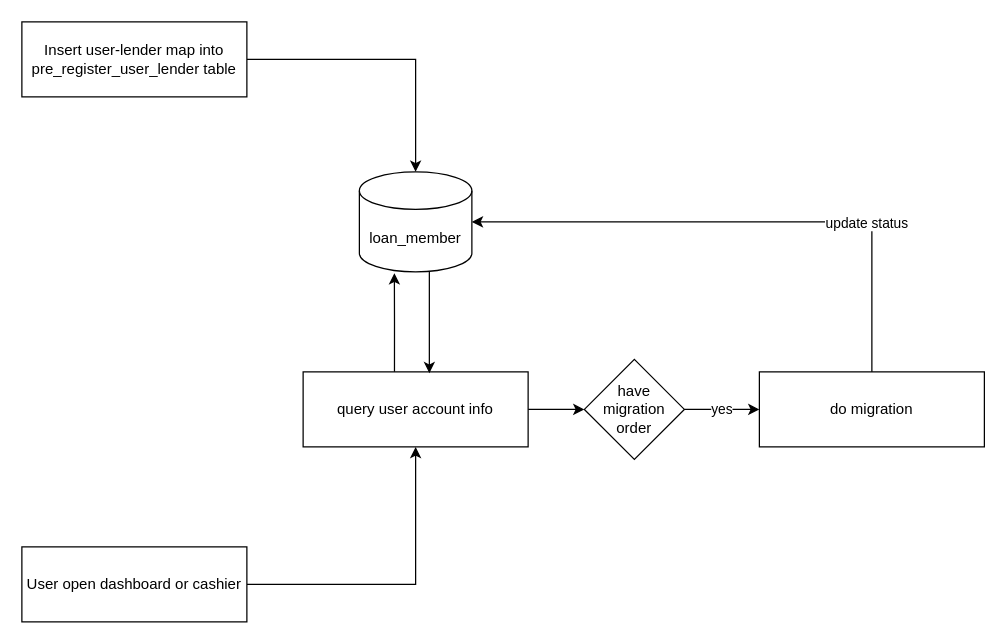
bonggalshn/dna_diagram keeps this draw.io diagram as multi_lender_migration_sop.drawio. Above is the earlier version. Source tidied: cells renumbered, new cells numbered last; positions are measured from the earlier drawing's top-left corner, leaving out a move shared by most shapes. Both pictures are drawn from the tidied source at 125%, with x=0, y=0 at pixel (21, 21).
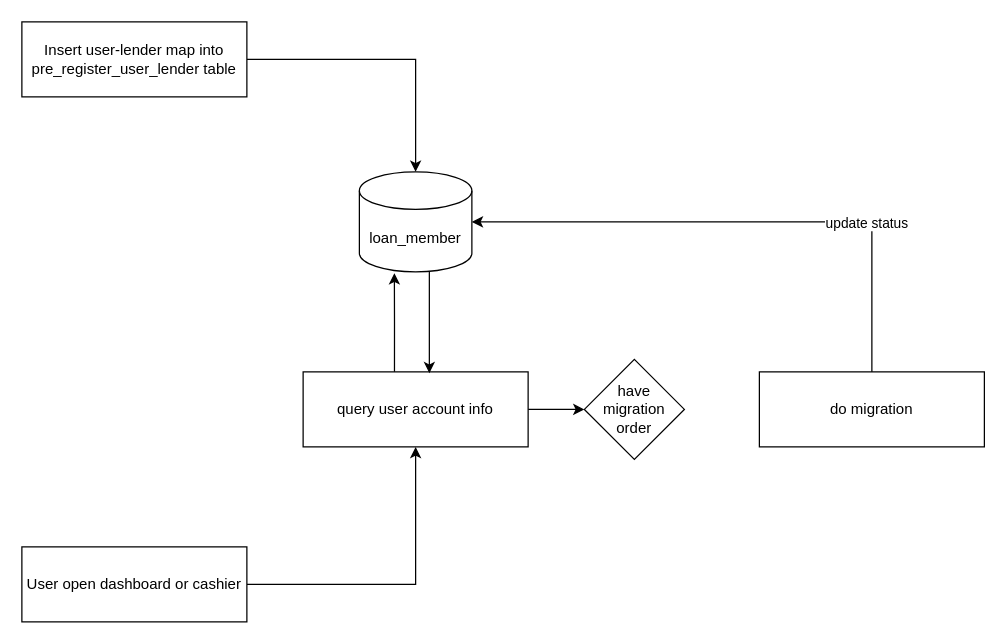
Above is the later version.

Change to the diagram source:
```diff
@@
 <mxGraphModel>
   <root>
     <mxCell id="0" />
     <mxCell id="1" parent="0" />
     <mxCell id="2" style="edgeStyle=orthogonalEdgeStyle;rounded=0;jettySize=auto;html=1;" parent="1" edge="1" source="3" target="10">
       <mxGeometry relative="1" as="geometry" />
     </mxCell>
     <mxCell id="3" value="Insert user-lender map into pre_register_user_lender table" style="rounded=0;whiteSpace=wrap;html=1;" parent="1" vertex="1">
       <mxGeometry width="180" height="60" as="geometry" />
     </mxCell>
     <mxCell id="4" style="edgeStyle=orthogonalEdgeStyle;rounded=0;jettySize=auto;html=1;" parent="1" edge="1" source="5" target="8">
       <mxGeometry relative="1" as="geometry" />
     </mxCell>
     <mxCell id="5" value="User open dashboard or cashier" style="rounded=0;whiteSpace=wrap;html=1;" parent="1" vertex="1">
       <mxGeometry y="420" width="180" height="60" as="geometry" />
     </mxCell>
     <mxCell id="6" style="edgeStyle=orthogonalEdgeStyle;rounded=0;jettySize=auto;html=1;entryX=0.311;entryY=1.013;entryDx=0;entryDy=0;entryPerimeter=0;exitX=0.406;exitY=0;exitDx=0;exitDy=0;exitPerimeter=0;" parent="1" edge="1" source="8" target="10">
       <mxGeometry relative="1" as="geometry" />
     </mxCell>
     <mxCell id="7" style="edgeStyle=orthogonalEdgeStyle;rounded=0;jettySize=auto;html=1;" parent="1" edge="1" source="8" target="15">
       <mxGeometry relative="1" as="geometry" />
     </mxCell>
     <mxCell id="8" value="query user account info" style="rounded=0;whiteSpace=wrap;html=1;" parent="1" vertex="1">
       <mxGeometry x="225" y="280" width="180" height="60" as="geometry" />
     </mxCell>
     <mxCell id="9" style="edgeStyle=orthogonalEdgeStyle;rounded=0;jettySize=auto;html=1;exitX=0.622;exitY=0.988;exitDx=0;exitDy=0;exitPerimeter=0;entryX=0.561;entryY=0.017;entryDx=0;entryDy=0;entryPerimeter=0;" parent="1" edge="1" source="10" target="8">
       <mxGeometry relative="1" as="geometry" />
     </mxCell>
     <mxCell id="10" value="loan_member" style="shape=cylinder3;whiteSpace=wrap;html=1;boundedLbl=1;backgroundOutline=1;size=15;" parent="1" vertex="1">
       <mxGeometry x="270" y="120" width="90" height="80" as="geometry" />
     </mxCell>
     <mxCell id="11" style="edgeStyle=orthogonalEdgeStyle;rounded=0;jettySize=auto;html=1;entryX=1;entryY=0.5;entryDx=0;entryDy=0;entryPerimeter=0;exitX=0.5;exitY=0;exitDx=0;exitDy=0;" parent="1" edge="1" source="13" target="10">
       <mxGeometry relative="1" as="geometry">
         <Array as="points">
           <mxPoint x="680" y="160" />
         </Array>
       </mxGeometry>
     </mxCell>
     <mxCell id="12" value="update status" style="edgeLabel;html=1;align=center;verticalAlign=middle;" parent="11" vertex="1">
       <mxGeometry x="-0.43" relative="1" as="geometry" />
     </mxCell>
     <mxCell id="13" value="do migration" style="rounded=0;whiteSpace=wrap;html=1;" parent="1" vertex="1">
       <mxGeometry x="590" y="280" width="180" height="60" as="geometry" />
     </mxCell>
-    <mxCell id="14" value="yes" style="edgeStyle=orthogonalEdgeStyle;rounded=0;jettySize=auto;html=1;entryX=0;entryY=0.5;entryDx=0;entryDy=0;" parent="1" edge="1" source="15" target="13">
-      <mxGeometry relative="1" as="geometry" />
-    </mxCell>
     <mxCell id="15" value="have migration order" style="rhombus;whiteSpace=wrap;html=1;rounded=0;" parent="1" vertex="1">
       <mxGeometry x="450" y="270" width="80" height="80" as="geometry" />
     </mxCell>
   </root>
 </mxGraphModel>
```
